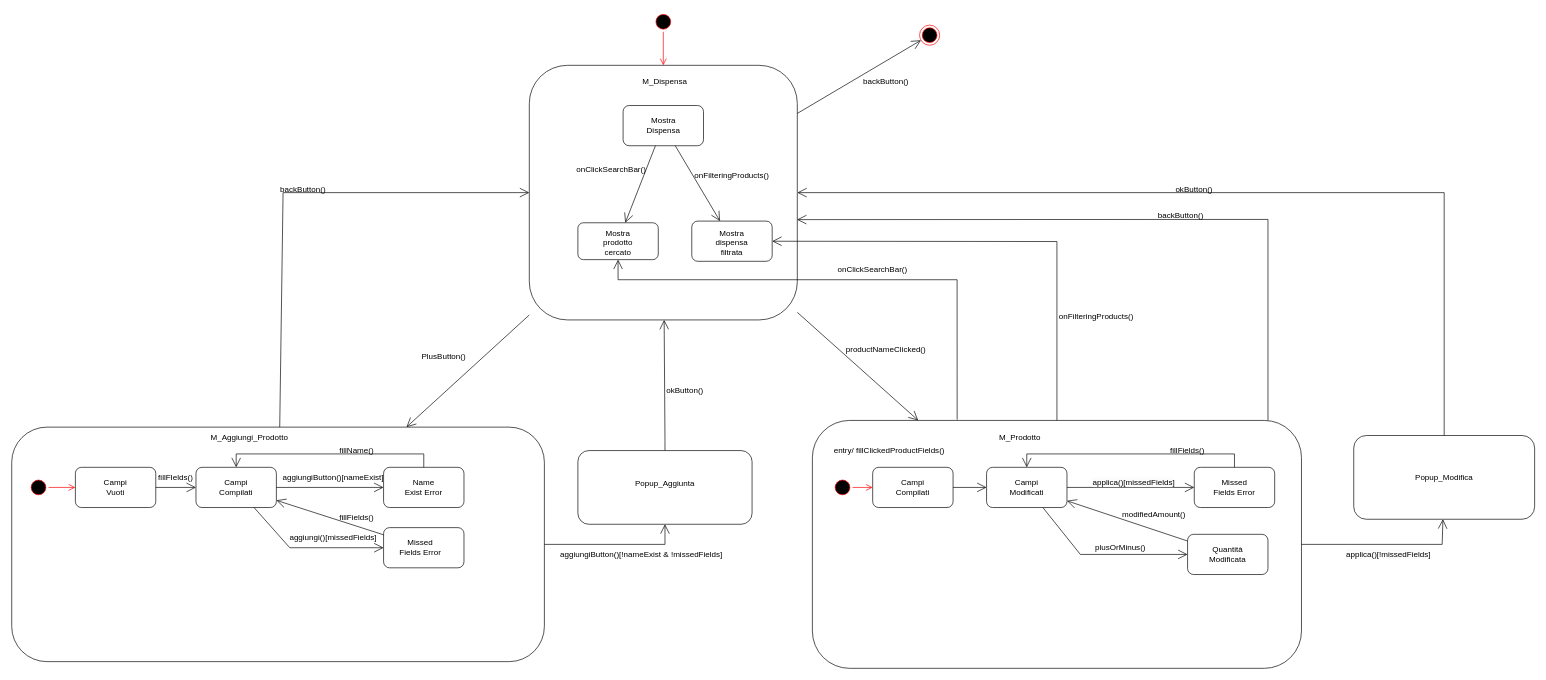
Before: statecharts/statechart.drawio in CristianCarrella/Ratatouille23, a draw.io diagram. Source tidied: cells renumbered, new cells numbered last; positions are measured from the earlier drawing's top-left corner, leaving out a move shared by most shapes. Both pictures are drawn from the tidied source at 67%, with x=0, y=0 at pixel (11, 11).
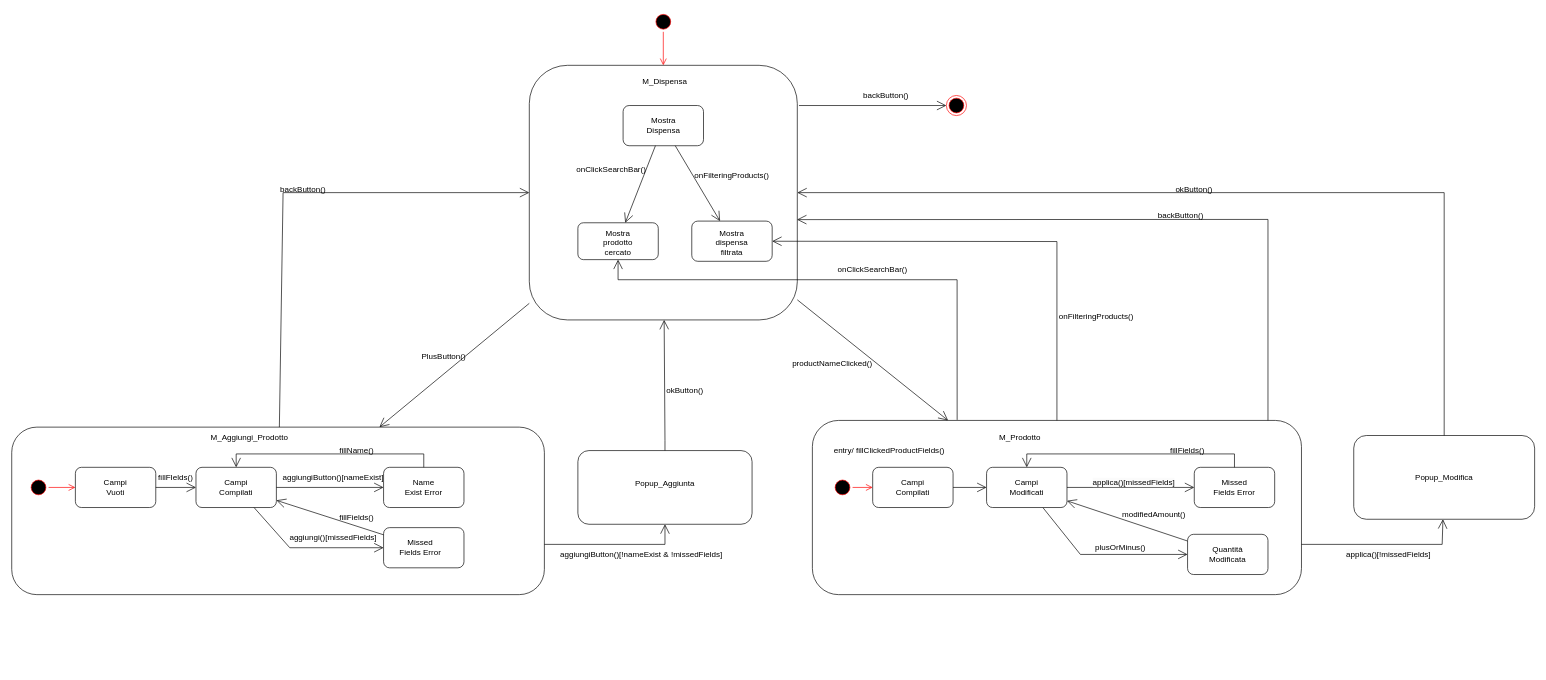
The same page after the edit.

The change refers to these unchanged cells:
```xml
<mxCell id="4" style="rounded=1;whiteSpace=wrap;html=1;" parent="1" vertex="1">
  <mxGeometry x="772.5" y="80" width="400" height="380" as="geometry" />
</mxCell>
<mxCell id="28" style="rounded=1;whiteSpace=wrap;html=1;" parent="1" vertex="1">
  <mxGeometry x="845" y="655" width="260" height="110" as="geometry" />
</mxCell>
<mxCell id="52" style="rounded=1;whiteSpace=wrap;html=1;" parent="1" vertex="1">
  <mxGeometry x="2003" y="632.5" width="270" height="125" as="geometry" />
</mxCell>
```

What changed in the source:
```diff
@@
     <mxCell id="7" style="rounded=1;whiteSpace=wrap;html=1;" parent="1" vertex="1">
-      <mxGeometry y="620" width="795" height="350" as="geometry" />
+      <mxGeometry y="620" width="795" height="250" as="geometry" />
     </mxCell>
@@
-    <mxCell id="29" style="endArrow=open;endFill=1;endSize=12;html=1;rounded=0;" parent="1" edge="1" source="7" target="28">
+    <mxCell id="29" style="endArrow=open;endFill=1;endSize=12;html=1;rounded=0;" parent="1" edge="1" target="28">
       <mxGeometry relative="1" as="geometry">
+        <mxPoint x="795" y="795" as="sourcePoint" />
         <Array as="points">
           <mxPoint x="975" y="795" />
         </Array>
       </mxGeometry>
     </mxCell>
@@
     <mxCell id="33" style="rounded=1;whiteSpace=wrap;html=1;" parent="1" vertex="1">
-      <mxGeometry x="1195" y="610" width="730" height="370" as="geometry" />
+      <mxGeometry x="1195" y="610" width="730" height="260" as="geometry" />
     </mxCell>
@@
     <mxCell id="51" value="productNameClicked()" style="text;html=1;strokeColor=none;fillColor=none;align=center;verticalAlign=middle;whiteSpace=wrap;rounded=0;" parent="1" vertex="1">
-      <mxGeometry x="1275" y="490" width="60" height="30" as="geometry" />
+      <mxGeometry x="1195" y="510" width="60" height="30" as="geometry" />
     </mxCell>
@@
-    <mxCell id="59" style="endArrow=open;endFill=1;endSize=12;html=1;rounded=0;" parent="1" edge="1" source="33" target="52">
+    <mxCell id="59" style="endArrow=open;endFill=1;endSize=12;html=1;rounded=0;" parent="1" edge="1" target="52">
       <mxGeometry relative="1" as="geometry">
+        <mxPoint x="1925" y="795" as="sourcePoint" />
         <Array as="points">
           <mxPoint x="2135" y="795" />
         </Array>
       </mxGeometry>
     </mxCell>
@@
     <mxCell id="84" style="ellipse;html=1;shape=endState;fillColor=#000000;strokeColor=#ff0000;" parent="1" vertex="1">
-      <mxGeometry x="1355" y="20" width="30" height="30" as="geometry" />
+      <mxGeometry x="1395" y="125" width="30" height="30" as="geometry" />
     </mxCell>
-    <mxCell id="85" style="endArrow=open;endFill=1;endSize=12;html=1;rounded=0;" parent="1" edge="1" source="4" target="84">
-      <mxGeometry relative="1" as="geometry" />
+    <mxCell id="85" style="endArrow=open;endFill=1;endSize=12;html=1;rounded=0;" parent="1" edge="1" target="84">
+      <mxGeometry relative="1" as="geometry">
+        <mxPoint x="1175" y="140" as="sourcePoint" />
+      </mxGeometry>
     </mxCell>
     <mxCell id="86" value="backButton()" style="text;html=1;strokeColor=none;fillColor=none;align=center;verticalAlign=middle;whiteSpace=wrap;rounded=0;" parent="1" vertex="1">
-      <mxGeometry x="1275" y="90" width="60" height="30" as="geometry" />
+      <mxGeometry x="1275" y="110" width="60" height="30" as="geometry" />
     </mxCell>
```
